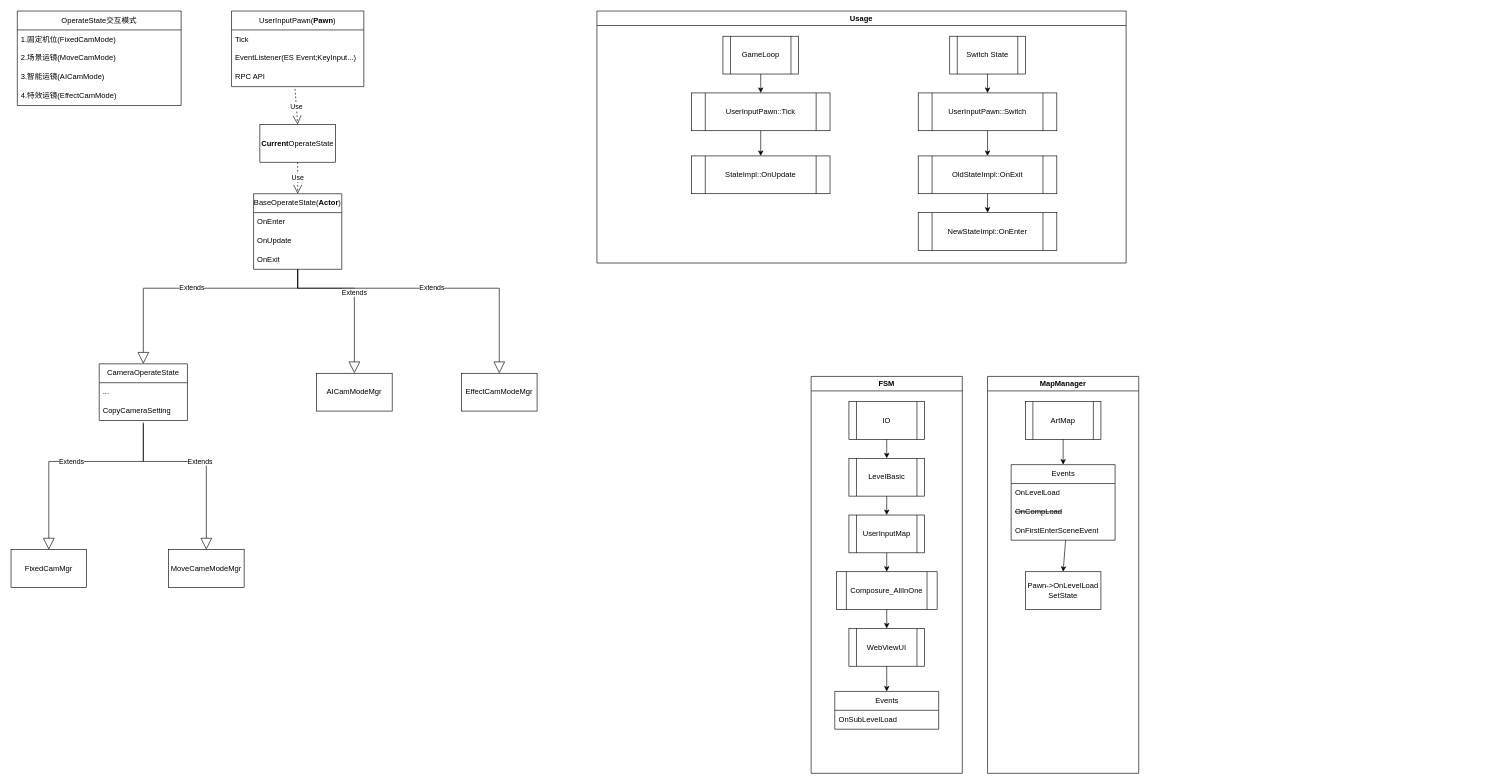
This is cameramode.drawio from Owlcean/drawiorecord, a draw.io file, before an edit. Source tidied: cells renumbered, new cells numbered last; positions are measured from the earlier drawing's top-left corner, leaving out a move shared by most shapes. Both pictures are drawn from the tidied source at 63%, with x=0, y=0 at pixel (11, 11).
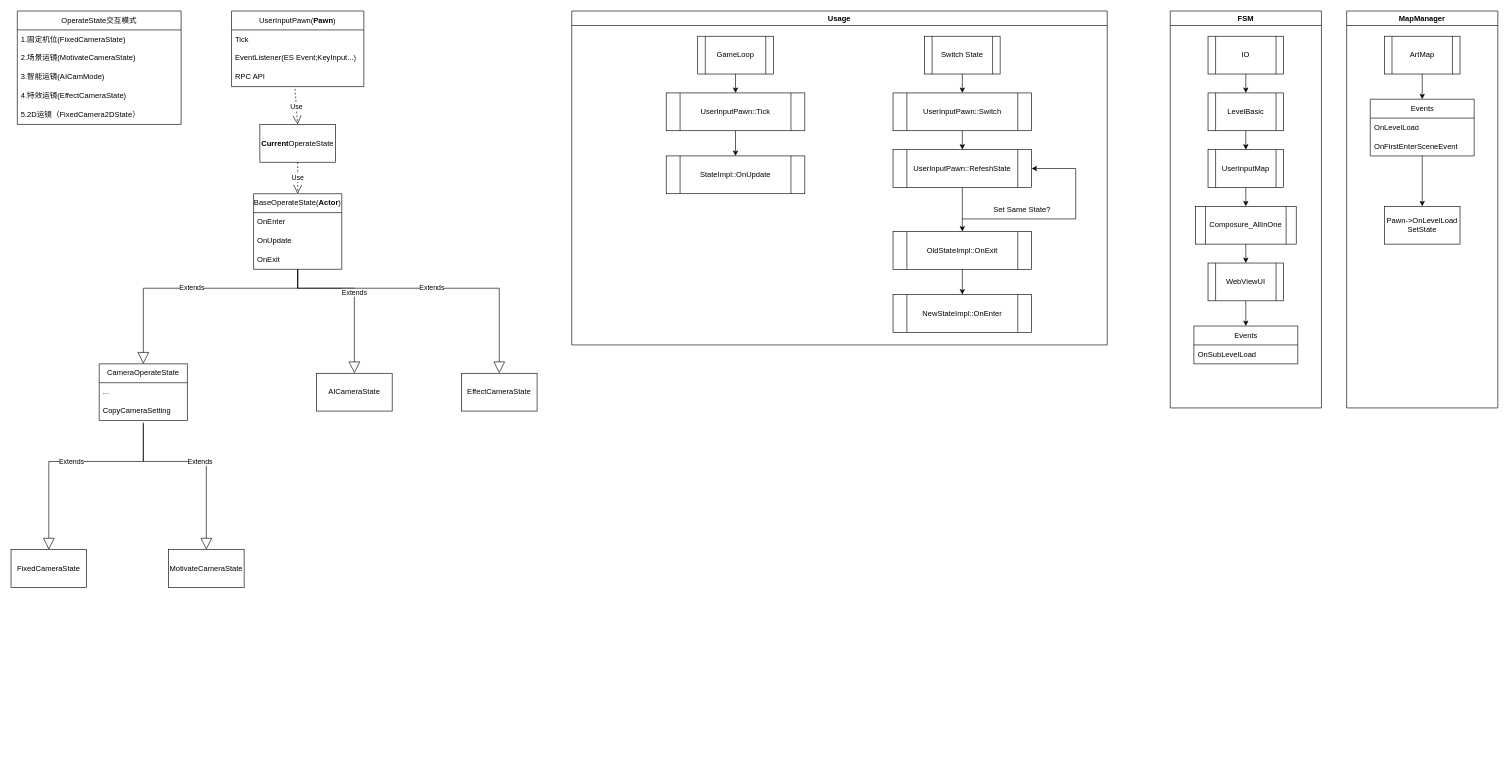
After the change.

The change refers to these unchanged cells:
```xml
<mxCell id="9" value="UserInputPawn::Switch" style="shape=process;whiteSpace=wrap;html=1;backgroundOutline=1;" parent="2" vertex="1">
  <mxGeometry x="510" y="130" width="220" height="60" as="geometry" />
</mxCell>
<mxCell id="63" value="Pawn-&amp;gt;OnLevelLoad&lt;div&gt;SetState&lt;/div&gt;" style="rounded=0;whiteSpace=wrap;html=1;" parent="56" vertex="1">
  <mxGeometry x="60" y="310" width="120" height="60" as="geometry" />
</mxCell>
```

Diff of the diagram source:
```diff
@@
     <mxCell id="2" value="Usage" style="swimlane;whiteSpace=wrap;html=1;" parent="1" vertex="1">
-      <mxGeometry x="930" width="840" height="400" as="geometry" />
+      <mxGeometry x="890" width="850" height="530" as="geometry" />
     </mxCell>
@@
     <mxCell id="10" value="OldStateImpl::OnExit" style="shape=process;whiteSpace=wrap;html=1;backgroundOutline=1;" parent="2" vertex="1">
-      <mxGeometry x="510" y="230" width="220" height="60" as="geometry" />
+      <mxGeometry x="510" y="350" width="220" height="60" as="geometry" />
     </mxCell>
     <mxCell id="11" value="NewStateImpl::OnEnter" style="shape=process;whiteSpace=wrap;html=1;backgroundOutline=1;" parent="2" vertex="1">
-      <mxGeometry x="510" y="320" width="220" height="60" as="geometry" />
+      <mxGeometry x="510" y="450" width="220" height="60" as="geometry" />
     </mxCell>
@@
-    <mxCell id="13" style="endArrow=classic;html=1;rounded=0;exitX=0.5;exitY=1;exitDx=0;exitDy=0;entryX=0.5;entryY=0;entryDx=0;entryDy=0;" parent="2" edge="1" source="9" target="10">
+    <mxCell id="13" style="endArrow=classic;html=1;rounded=0;exitX=0.5;exitY=1;exitDx=0;exitDy=0;entryX=0.5;entryY=0;entryDx=0;entryDy=0;" parent="2" edge="1" source="9" target="65">
       <mxGeometry relative="1" as="geometry" />
     </mxCell>
@@
+    <mxCell id="65" value="UserInputPawn::RefeshState" style="shape=process;whiteSpace=wrap;html=1;backgroundOutline=1;" parent="2" vertex="1">
+      <mxGeometry x="510" y="220" width="220" height="60" as="geometry" />
+    </mxCell>
+    <mxCell id="66" style="endArrow=classic;html=1;rounded=0;exitX=0.5;exitY=1;exitDx=0;exitDy=0;entryX=0.5;entryY=0;entryDx=0;entryDy=0;" parent="2" edge="1" source="65" target="10">
+      <mxGeometry relative="1" as="geometry" />
+    </mxCell>
+    <mxCell id="67" value="Set Same State?" style="text;html=1;align=center;verticalAlign=middle;whiteSpace=wrap;rounded=0;" parent="2" vertex="1">
+      <mxGeometry x="660" y="300" width="110" height="30" as="geometry" />
+    </mxCell>
@@
-    <mxCell id="25" value="FixedCamMgr" style="rounded=0;whiteSpace=wrap;html=1;" parent="1" vertex="1">
+    <mxCell id="25" value="&lt;span style=&quot;text-align: left;&quot;&gt;FixedCameraState&lt;/span&gt;" style="rounded=0;whiteSpace=wrap;html=1;" parent="1" vertex="1">
       <mxGeometry y="855" width="120" height="60" as="geometry" />
     </mxCell>
-    <mxCell id="26" value="MoveCameModeMgr" style="rounded=0;whiteSpace=wrap;html=1;" parent="1" vertex="1">
+    <mxCell id="26" value="&lt;span style=&quot;text-align: left;&quot;&gt;MotivateCameraState&lt;/span&gt;" style="rounded=0;whiteSpace=wrap;html=1;" parent="1" vertex="1">
       <mxGeometry x="250" y="855" width="120" height="60" as="geometry" />
     </mxCell>
-    <mxCell id="27" value="AICamModeMgr" style="rounded=0;whiteSpace=wrap;html=1;" parent="1" vertex="1">
+    <mxCell id="27" value="&lt;span style=&quot;text-align: left;&quot;&gt;AICameraState&lt;/span&gt;" style="rounded=0;whiteSpace=wrap;html=1;" parent="1" vertex="1">
       <mxGeometry x="485" y="575" width="120" height="60" as="geometry" />
     </mxCell>
-    <mxCell id="28" value="EffectCamModeMgr" style="rounded=0;whiteSpace=wrap;html=1;" parent="1" vertex="1">
+    <mxCell id="28" value="&lt;span style=&quot;text-align: left;&quot;&gt;EffectCameraState&lt;/span&gt;" style="rounded=0;whiteSpace=wrap;html=1;" parent="1" vertex="1">
       <mxGeometry x="715" y="575" width="120" height="60" as="geometry" />
     </mxCell>
@@
     <mxCell id="38" value="OperateState交互模式" style="swimlane;fontStyle=0;horizontal=1;startSize=30;whiteSpace=wrap;html=1;" parent="1" vertex="1">
-      <mxGeometry x="10" width="260" height="150" as="geometry" />
+      <mxGeometry x="10" width="260" height="180" as="geometry" />
     </mxCell>
-    <mxCell id="39" value="1.固定机位(FixedCamMode)" style="text;strokeColor=none;fillColor=none;align=left;verticalAlign=middle;spacingLeft=4;spacingRight=4;overflow=hidden;whiteSpace=wrap;html=1;" parent="38" vertex="1">
+    <mxCell id="39" value="1.固定机位(FixedCameraState)" style="text;strokeColor=none;fillColor=none;align=left;verticalAlign=middle;spacingLeft=4;spacingRight=4;overflow=hidden;whiteSpace=wrap;html=1;" parent="38" vertex="1">
       <mxGeometry y="30" width="260" height="30" as="geometry" />
     </mxCell>
-    <mxCell id="40" value="2.场景运镜(MoveCamMode)" style="text;strokeColor=none;fillColor=none;align=left;verticalAlign=middle;spacingLeft=4;spacingRight=4;overflow=hidden;whiteSpace=wrap;html=1;" parent="38" vertex="1">
+    <mxCell id="40" value="2.场景运镜(MotivateCameraState)" style="text;strokeColor=none;fillColor=none;align=left;verticalAlign=middle;spacingLeft=4;spacingRight=4;overflow=hidden;whiteSpace=wrap;html=1;" parent="38" vertex="1">
       <mxGeometry y="60" width="260" height="30" as="geometry" />
     </mxCell>
@@
-    <mxCell id="42" value="4.特效运镜(EffectCamMode)" style="text;strokeColor=none;fillColor=none;align=left;verticalAlign=middle;spacingLeft=4;spacingRight=4;overflow=hidden;whiteSpace=wrap;html=1;" parent="38" vertex="1">
+    <mxCell id="42" value="4.特效运镜(EffectCameraState)" style="text;strokeColor=none;fillColor=none;align=left;verticalAlign=middle;spacingLeft=4;spacingRight=4;overflow=hidden;whiteSpace=wrap;html=1;" parent="38" vertex="1">
       <mxGeometry y="120" width="260" height="30" as="geometry" />
     </mxCell>
+    <mxCell id="68" value="5.2D运镜（FixedCamera2DState）" style="text;strokeColor=none;fillColor=none;align=left;verticalAlign=middle;spacingLeft=4;spacingRight=4;overflow=hidden;whiteSpace=wrap;html=1;" parent="38" vertex="1">
+      <mxGeometry y="150" width="260" height="30" as="geometry" />
+    </mxCell>
     <mxCell id="43" value="IO" style="shape=process;whiteSpace=wrap;html=1;backgroundOutline=1;" parent="1" vertex="1">
-      <mxGeometry x="1330" y="620" width="120" height="60" as="geometry" />
+      <mxGeometry x="1900" y="40" width="120" height="60" as="geometry" />
     </mxCell>
     <mxCell id="44" value="LevelBasic" style="shape=process;whiteSpace=wrap;html=1;backgroundOutline=1;" parent="1" vertex="1">
-      <mxGeometry x="1330" y="710" width="120" height="60" as="geometry" />
+      <mxGeometry x="1900" y="130" width="120" height="60" as="geometry" />
     </mxCell>
     <mxCell id="45" value="UserInputMap" style="shape=process;whiteSpace=wrap;html=1;backgroundOutline=1;" parent="1" vertex="1">
-      <mxGeometry x="1330" y="800" width="120" height="60" as="geometry" />
+      <mxGeometry x="1900" y="220" width="120" height="60" as="geometry" />
     </mxCell>
     <mxCell id="46" value="Composure_AllInOne" style="shape=process;whiteSpace=wrap;html=1;backgroundOutline=1;" parent="1" vertex="1">
-      <mxGeometry x="1310" y="890" width="160" height="60" as="geometry" />
+      <mxGeometry x="1880" y="310" width="160" height="60" as="geometry" />
     </mxCell>
     <mxCell id="47" value="WebViewUI" style="shape=process;whiteSpace=wrap;html=1;backgroundOutline=1;" parent="1" vertex="1">
-      <mxGeometry x="1330" y="980" width="120" height="60" as="geometry" />
+      <mxGeometry x="1900" y="400" width="120" height="60" as="geometry" />
     </mxCell>
@@
     <mxCell id="52" value="FSM" style="swimlane;whiteSpace=wrap;html=1;" parent="1" vertex="1">
-      <mxGeometry x="1270" y="580" width="240" height="630" as="geometry" />
+      <mxGeometry x="1840" width="240" height="630" as="geometry" />
     </mxCell>
@@
     <mxCell id="56" value="MapManager" style="swimlane;whiteSpace=wrap;html=1;" parent="1" vertex="1">
-      <mxGeometry x="1550" y="580" width="240" height="630" as="geometry" />
+      <mxGeometry x="2120" width="240" height="630" as="geometry" />
     </mxCell>
     <mxCell id="57" value="Events" style="swimlane;fontStyle=0;horizontal=1;startSize=30;whiteSpace=wrap;html=1;" parent="56" vertex="1">
-      <mxGeometry x="37.5" y="140" width="165" height="120" as="geometry" />
+      <mxGeometry x="37.5" y="140" width="165" height="90" as="geometry" />
     </mxCell>
@@
-    <mxCell id="59" value="&lt;strike style=&quot;text-align: center;&quot;&gt;OnCompLoad&lt;/strike&gt;" style="text;strokeColor=none;fillColor=none;align=left;verticalAlign=middle;spacingLeft=4;spacingRight=4;overflow=hidden;whiteSpace=wrap;html=1;" parent="57" vertex="1">
-      <mxGeometry y="60" width="165" height="30" as="geometry" />
-    </mxCell>
     <mxCell id="60" value="&lt;span style=&quot;text-align: center;&quot;&gt;OnFirstEnterSceneEvent&lt;/span&gt;" style="text;strokeColor=none;fillColor=none;align=left;verticalAlign=middle;spacingLeft=4;spacingRight=4;overflow=hidden;points=[[0,0.5],[1,0.5]];portConstraint=eastwest;whiteSpace=wrap;html=1;" parent="57" vertex="1">
-      <mxGeometry y="90" width="165" height="30" as="geometry" />
+      <mxGeometry y="60" width="165" height="30" as="geometry" />
     </mxCell>
@@
-    <mxCell id="64" style="endArrow=classic;html=1;rounded=0;exitX=0.524;exitY=1;exitDx=0;exitDy=0;exitPerimeter=0;entryX=0.5;entryY=0;entryDx=0;entryDy=0;" parent="56" edge="1" source="60" target="63">
-      <mxGeometry relative="1" as="geometry" />
+    <mxCell id="64" style="endArrow=classic;html=1;rounded=0;entryX=0.5;entryY=0;entryDx=0;entryDy=0;" parent="56" edge="1" target="63">
+      <mxGeometry relative="1" as="geometry">
+        <mxPoint x="120" y="230" as="sourcePoint" />
+      </mxGeometry>
     </mxCell>
+    <mxCell id="69" style="endArrow=classic;html=1;rounded=0;entryX=1;entryY=0.5;entryDx=0;entryDy=0;" parent="1" edge="1" target="65">
+      <mxGeometry relative="1" as="geometry">
+        <mxPoint x="1510" y="330" as="sourcePoint" />
+        <Array as="points">
+          <mxPoint x="1690" y="330" />
+          <mxPoint x="1690" y="250" />
+        </Array>
+      </mxGeometry>
+    </mxCell>
```
